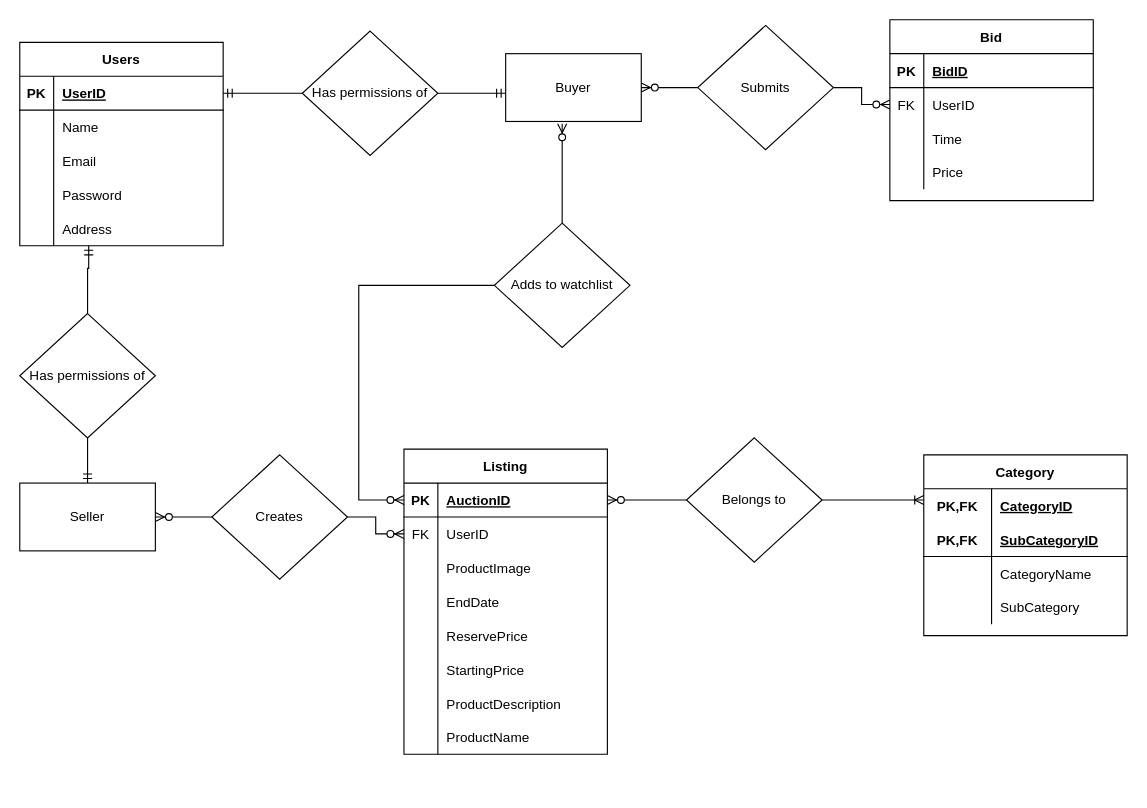
This is page "Rob" (3 of 4) of Auction Site ERD.drawio from rwshaw/Auction-Website, a draw.io file, before an edit. Source tidied: cells renumbered, new cells numbered last; positions are measured from the earlier drawing's top-left corner, leaving out a move shared by most shapes. Both pictures are drawn from the tidied source at 113%, with x=0, y=0 at pixel (19, 19).
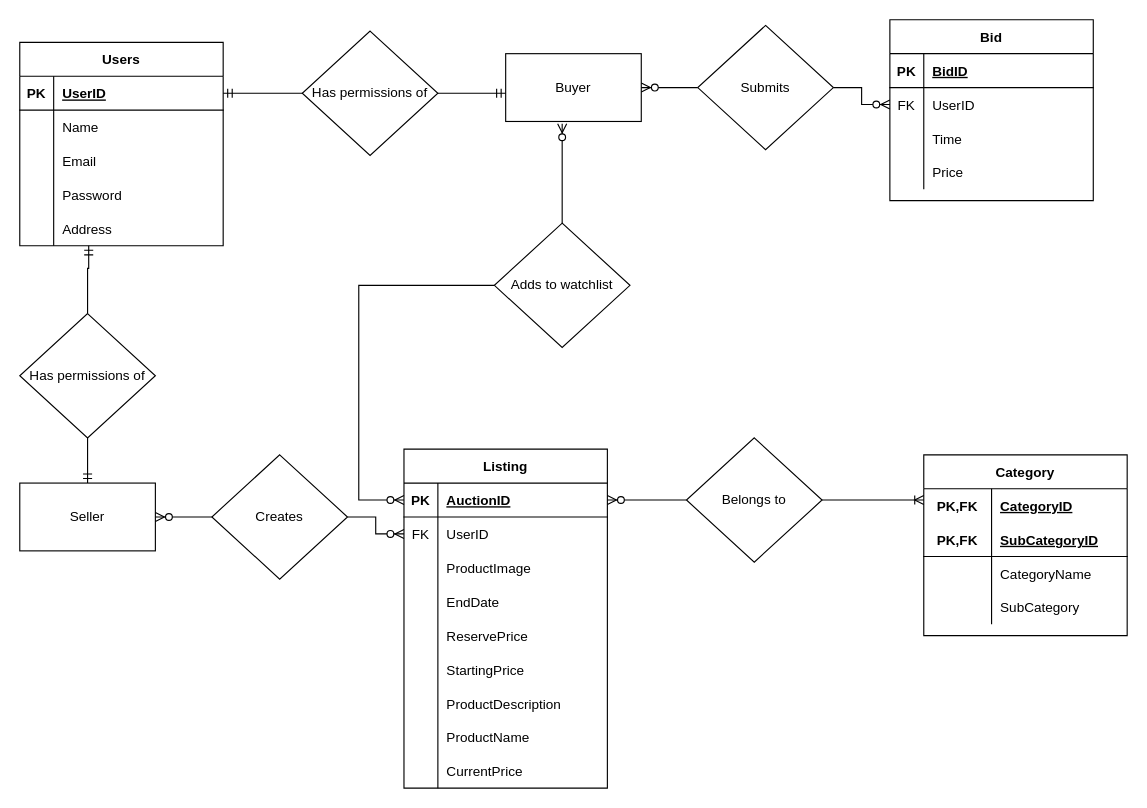
Above is the later version.

Change to the diagram source:
```diff
@@
     <mxCell id="45" value="Listing" style="shape=table;startSize=30;childLayout=tableLayout;rowLines=0;fontStyle=1;align=center;" parent="1" vertex="1">
-      <mxGeometry x="340" y="380" width="180" height="270" as="geometry" />
+      <mxGeometry x="340" y="380" width="180" height="300" as="geometry" />
     </mxCell>
@@
+    <mxCell id="89" style="shape=partialRectangle;fillColor=none;top=0;left=0;bottom=0;right=0;" parent="45" vertex="1">
+      <mxGeometry y="270" width="180" height="30" as="geometry" />
+    </mxCell>
+    <mxCell id="90" style="shape=partialRectangle;fillColor=none;top=0;left=0;bottom=0;right=0;overflow=hidden;" parent="89" vertex="1">
+      <mxGeometry width="30" height="30" as="geometry" />
+    </mxCell>
+    <mxCell id="91" value="CurrentPrice" style="shape=partialRectangle;fillColor=none;top=0;left=0;bottom=0;right=0;align=left;spacingLeft=6;overflow=hidden;" parent="89" vertex="1">
+      <mxGeometry x="30" width="150" height="30" as="geometry" />
+    </mxCell>
```
